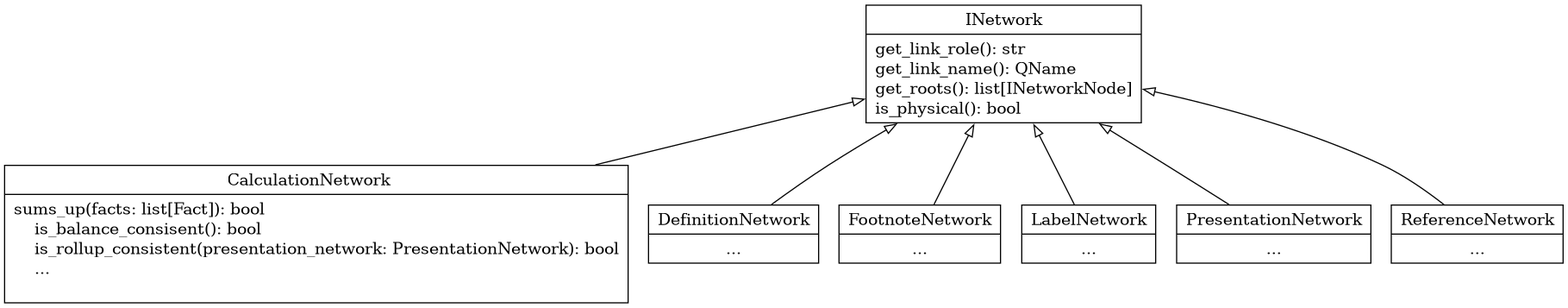
Above: docs/thesis_latex/images/brel_network_classes.png in BrelLibrary/brel (Graphviz), before the change. Its source is kept beside it as docs/thesis_latex/images/brel_network_classes.dot.
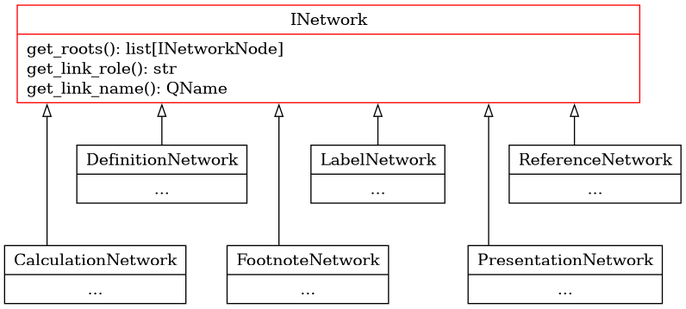
The same file after the commit.

The edit, as a diff of the source:
```diff
@@ -1,22 +1,20 @@
 digraph "classes_brel_networks" {
 rankdir=BT
 charset="utf-8"
+splines="ortho"
 
 "brel.networks.calculation_network.CalculationNetwork" [color="black", fontcolor="black", label=<{
-    CalculationNetwork
-    |
-    sums_up(facts: list[Fact]): bool<br ALIGN="LEFT"/>
-    is_balance_consisent(): bool<br ALIGN="LEFT"/>
-    is_rollup_consistent(presentation_network: PresentationNetwork): bool<br ALIGN="LEFT"/>
-    ...<br ALIGN="LEFT"/>
-    }>, shape="record", style="solid"];
-"brel.networks.i_network.INetwork" [color="black", fontcolor="black", label=<{
+CalculationNetwork
+|
+...
+}>, shape="record", style="solid"];
+"brel.networks.i_network.INetwork" [color="red", fontcolor="black", label=<{
 INetwork
 |
+get_roots(): list[INetworkNode]<br ALIGN="LEFT"/>
 get_link_role(): str<br ALIGN="LEFT"/>
-get_link_name(): QName<br ALIGN="LEFT"/>
-get_roots(): list[INetworkNode]<br ALIGN="LEFT"/>
-is_physical(): bool<br ALIGN="LEFT"/>
+get_link_name(): QName
+<br ALIGN="LEFT"/>
 }>, shape="record", style="solid"];
 "brel.networks.definition_network.DefinitionNetwork" [color="black", fontcolor="black", label=<{DefinitionNetwork|...}>, shape="record", style="solid"];
 "brel.networks.footnote_network.FootnoteNetwork" [color="black", fontcolor="black", label=<{FootnoteNetwork|...}>, shape="record", style="solid"];
@@ -30,4 +28,8 @@
 "brel.networks.label_network.LabelNetwork" -> "brel.networks.i_network.INetwork" [arrowhead="empty", arrowtail="none"];
 "brel.networks.presentation_network.PresentationNetwork" -> "brel.networks.i_network.INetwork" [arrowhead="empty", arrowtail="none"];
 "brel.networks.reference_network.ReferenceNetwork" -> "brel.networks.i_network.INetwork" [arrowhead="empty", arrowtail="none"];
+
+"brel.networks.calculation_network.CalculationNetwork" -> "brel.networks.definition_network.DefinitionNetwork" [arrowhead="none", arrowtail="none", color="white", style="invis"];
+"brel.networks.footnote_network.FootnoteNetwork" -> "brel.networks.label_network.LabelNetwork" [arrowhead="none", arrowtail="none", color="white", style="invis"];
+"brel.networks.presentation_network.PresentationNetwork" -> "brel.networks.reference_network.ReferenceNetwork" [arrowhead="none", arrowtail="none", color="white", style="invis"];
 }
```
